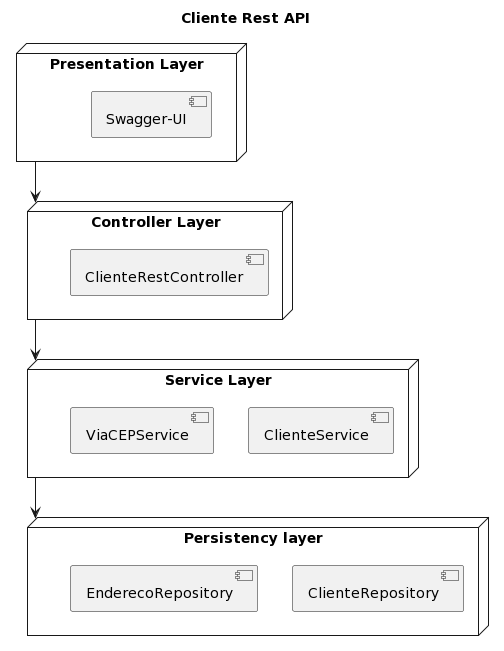
Before: models/overview.png, a diagram exported from PlantUML (Jean-Lucca/PUCRS-ESOM-T3).
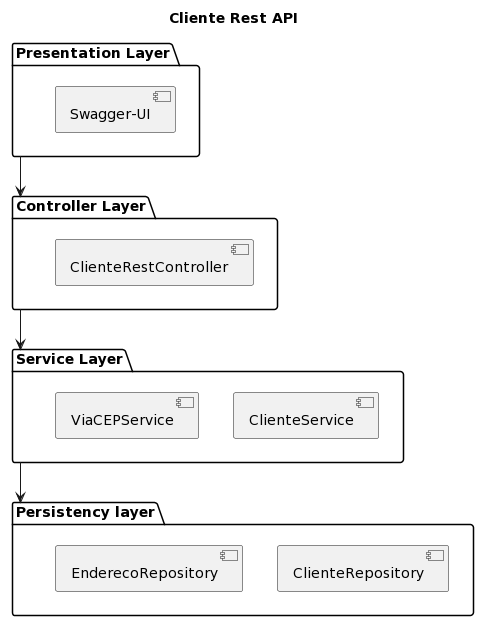
Later version of the same file.

Change to the diagram source:
```diff
@@ -1,12 +1,12 @@
 @startuml
 title Cliente Rest API
 
-node "Presentation Layer" as PTL{
+package "Presentation Layer" as PTL{
   component "Swagger-UI"{
   }
 }
 
-node "Service Layer" as SL{
+package "Service Layer" as SL{
   component "ClienteService" {
   }
   component "ViaCEPService" {
@@ -14,12 +14,12 @@
 }
 
 
-node  "Controller Layer" as CL{
+package  "Controller Layer" as CL{
   component "ClienteRestController"{
   }
 }
 
-node "Persistency layer" as PSL{
+package "Persistency layer" as PSL{
   component "ClienteRepository"{
   }
   component "EnderecoRepository"{
```
